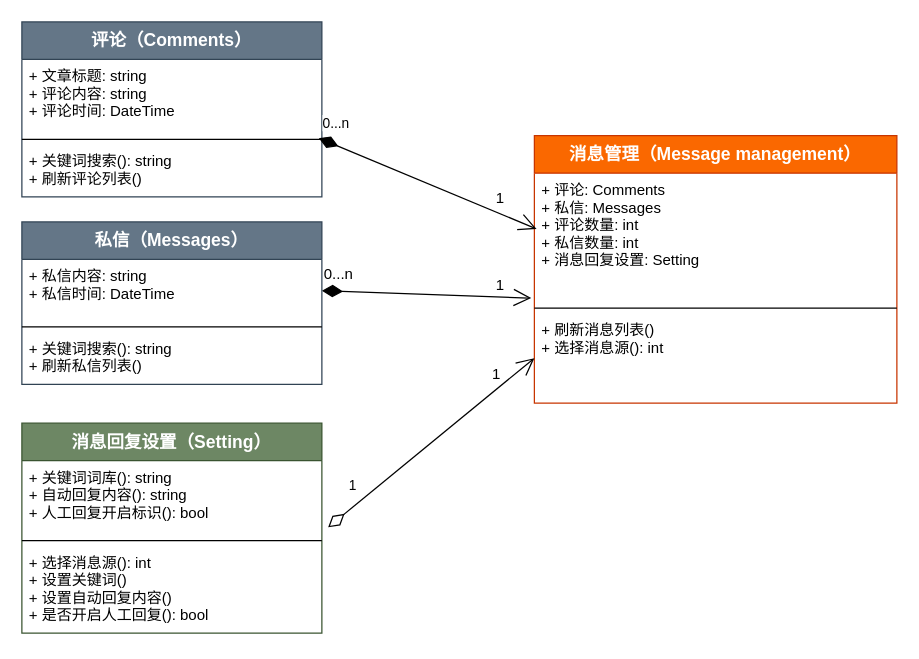
zan-press/diagram keeps this draw.io diagram as 1-SoftwareRequirements/Messages/msg_class.drawio. Above is the earlier version. Source tidied: cells renumbered, new cells numbered last; positions are measured from the earlier drawing's top-left corner, leaving out a move shared by most shapes. Both pictures are drawn from the tidied source at 125%, with x=0, y=0 at pixel (21, 21).
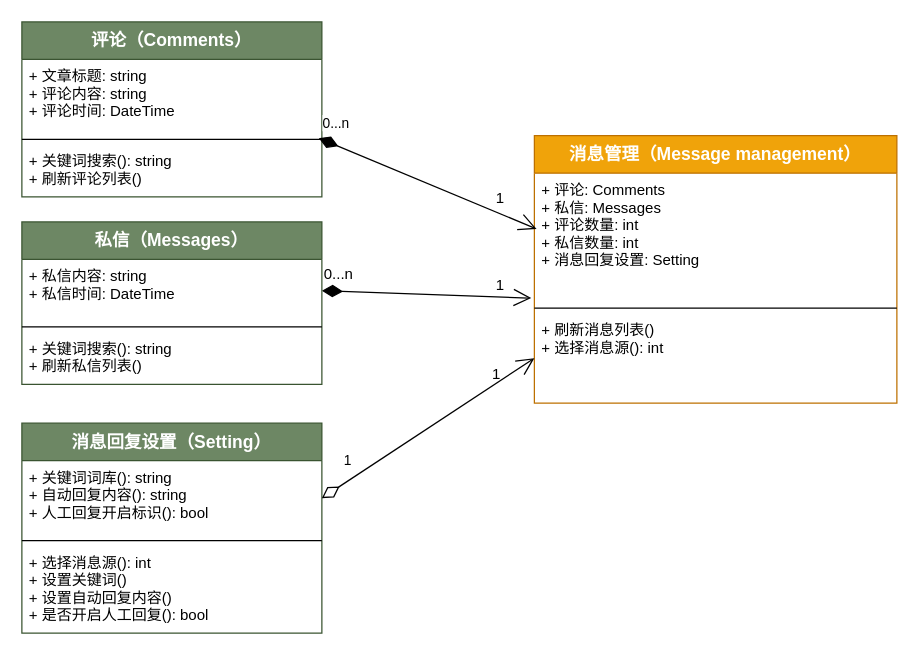
After the change.

Commit message (it also covers changes not shown here):
Organize message module

The edit, as a diff of the source:
```diff
@@
-    <mxCell id="2" value="&lt;font style=&quot;font-size: 12px&quot;&gt;0...n&lt;/font&gt;" style="endArrow=open;html=1;endSize=12;startArrow=diamondThin;startSize=14;startFill=1;align=left;verticalAlign=bottom;fontSize=14;exitX=1;exitY=0.5;exitDx=0;exitDy=0;" parent="1" edge="1" source="4">
+    <mxCell id="2" value="&lt;font style=&quot;font-size: 12px&quot;&gt;0...n&lt;/font&gt;" style="endArrow=open;html=1;endSize=12;startArrow=diamondThin;startSize=14;startFill=1;align=left;verticalAlign=bottom;fontSize=14;exitX=1;exitY=0.5;exitDx=0;exitDy=0;fontFamily=SF Mono;" parent="1" edge="1" source="4">
       <mxGeometry x="-1" y="3" relative="1" as="geometry">
         <mxPoint x="407.5" y="221" as="targetPoint" />
       </mxGeometry>
     </mxCell>
-    <mxCell id="3" value="私信（Messages）" style="swimlane;fontStyle=1;align=center;verticalAlign=top;horizontal=1;startSize=30;fontSize=14;fillColor=#647687;strokeColor=#314354;fontColor=#ffffff;" parent="1" vertex="1">
+    <mxCell id="3" value="私信（Messages）" style="swimlane;fontStyle=1;align=center;verticalAlign=top;horizontal=1;startSize=30;fontSize=14;fillColor=#6d8764;strokeColor=#3A5431;fontColor=#ffffff;fontFamily=SF Mono;" parent="1" vertex="1">
       <mxGeometry y="160" width="240" height="130" as="geometry" />
     </mxCell>
-    <mxCell id="4" value="+ 私信内容: string&#10;+ 私信时间: DateTime" style="text;strokeColor=none;fillColor=none;align=left;verticalAlign=top;spacingLeft=4;spacingRight=4;overflow=hidden;points=[[0,0.5],[1,0.5]];portConstraint=eastwest;" parent="3" vertex="1">
+    <mxCell id="4" value="+ 私信内容: string&#10;+ 私信时间: DateTime" style="text;strokeColor=none;fillColor=none;align=left;verticalAlign=top;spacingLeft=4;spacingRight=4;overflow=hidden;points=[[0,0.5],[1,0.5]];portConstraint=eastwest;fontFamily=SF Mono;" parent="3" vertex="1">
       <mxGeometry y="30" width="240" height="50" as="geometry" />
     </mxCell>
-    <mxCell id="5" style="line;strokeWidth=1;fillColor=none;align=left;verticalAlign=middle;spacingTop=-1;spacingLeft=3;spacingRight=3;labelPosition=right;" parent="3" vertex="1">
+    <mxCell id="5" style="line;strokeWidth=1;fillColor=none;align=left;verticalAlign=middle;spacingTop=-1;spacingLeft=3;spacingRight=3;labelPosition=right;fontFamily=SF Mono;" parent="3" vertex="1">
       <mxGeometry y="80" width="240" height="8" as="geometry" />
     </mxCell>
-    <mxCell id="6" value="+ 关键词搜索(): string&#10;+ 刷新私信列表()" style="text;strokeColor=none;fillColor=none;align=left;verticalAlign=top;spacingLeft=4;spacingRight=4;overflow=hidden;" parent="3" vertex="1">
+    <mxCell id="6" value="+ 关键词搜索(): string&#10;+ 刷新私信列表()" style="text;strokeColor=none;fillColor=none;align=left;verticalAlign=top;spacingLeft=4;spacingRight=4;overflow=hidden;fontFamily=SF Mono;" parent="3" vertex="1">
       <mxGeometry y="88" width="240" height="42" as="geometry" />
     </mxCell>
-    <mxCell id="7" value="消息管理（Message management）" style="swimlane;fontStyle=1;align=center;verticalAlign=top;horizontal=1;startSize=30;fontSize=14;fillColor=#fa6800;strokeColor=#C73500;fontColor=#ffffff;" parent="1" vertex="1">
+    <mxCell id="7" value="消息管理（Message management）" style="swimlane;fontStyle=1;align=center;verticalAlign=top;horizontal=1;startSize=30;fontSize=14;fillColor=#f0a30a;strokeColor=#BD7000;fontColor=#ffffff;fontFamily=SF Mono;" parent="1" vertex="1">
       <mxGeometry x="410" y="91" width="290" height="214" as="geometry" />
     </mxCell>
-    <mxCell id="8" value="+ 评论: Comments&#10;+ 私信: Messages&#10;+ 评论数量: int&#10;+ 私信数量: int&#10;+ 消息回复设置: Setting" style="text;strokeColor=none;fillColor=none;align=left;verticalAlign=top;spacingLeft=4;spacingRight=4;overflow=hidden;points=[[0,0.5],[1,0.5]];portConstraint=eastwest;" parent="7" vertex="1">
+    <mxCell id="8" value="+ 评论: Comments&#10;+ 私信: Messages&#10;+ 评论数量: int&#10;+ 私信数量: int&#10;+ 消息回复设置: Setting" style="text;strokeColor=none;fillColor=none;align=left;verticalAlign=top;spacingLeft=4;spacingRight=4;overflow=hidden;points=[[0,0.5],[1,0.5]];portConstraint=eastwest;fontFamily=SF Mono;" parent="7" vertex="1">
       <mxGeometry y="30" width="290" height="104" as="geometry" />
     </mxCell>
-    <mxCell id="9" style="line;strokeWidth=1;fillColor=none;align=left;verticalAlign=middle;spacingTop=-1;spacingLeft=3;spacingRight=3;labelPosition=right;" parent="7" vertex="1">
+    <mxCell id="9" style="line;strokeWidth=1;fillColor=none;align=left;verticalAlign=middle;spacingTop=-1;spacingLeft=3;spacingRight=3;labelPosition=right;fontFamily=SF Mono;" parent="7" vertex="1">
       <mxGeometry y="134" width="290" height="8" as="geometry" />
     </mxCell>
-    <mxCell id="10" value="+ 刷新消息列表()&#10;+ 选择消息源(): int" style="text;strokeColor=none;fillColor=none;align=left;verticalAlign=top;spacingLeft=4;spacingRight=4;overflow=hidden;points=[[0,0.5],[1,0.5]];portConstraint=eastwest;" parent="7" vertex="1">
+    <mxCell id="10" value="+ 刷新消息列表()&#10;+ 选择消息源(): int" style="text;strokeColor=none;fillColor=none;align=left;verticalAlign=top;spacingLeft=4;spacingRight=4;overflow=hidden;points=[[0,0.5],[1,0.5]];portConstraint=eastwest;fontFamily=SF Mono;" parent="7" vertex="1">
       <mxGeometry y="142" width="290" height="72" as="geometry" />
     </mxCell>
-    <mxCell id="11" value="&lt;font style=&quot;font-size: 12px&quot;&gt;1&lt;/font&gt;" style="text;html=1;strokeColor=none;fillColor=none;align=center;verticalAlign=middle;whiteSpace=wrap;rounded=0;fontSize=14;" parent="1" vertex="1">
+    <mxCell id="11" value="&lt;font style=&quot;font-size: 12px&quot;&gt;1&lt;/font&gt;" style="text;html=1;strokeColor=none;fillColor=none;align=center;verticalAlign=middle;whiteSpace=wrap;rounded=0;fontSize=14;fontFamily=SF Mono;" parent="1" vertex="1">
       <mxGeometry x="363" y="130" width="40" height="20" as="geometry" />
     </mxCell>
-    <mxCell id="12" value="&lt;font style=&quot;font-size: 12px&quot;&gt;1&lt;/font&gt;" style="text;html=1;strokeColor=none;fillColor=none;align=center;verticalAlign=middle;whiteSpace=wrap;rounded=0;fontSize=14;" parent="1" vertex="1">
+    <mxCell id="12" value="&lt;font style=&quot;font-size: 12px&quot;&gt;1&lt;/font&gt;" style="text;html=1;strokeColor=none;fillColor=none;align=center;verticalAlign=middle;whiteSpace=wrap;rounded=0;fontSize=14;fontFamily=SF Mono;" parent="1" vertex="1">
       <mxGeometry x="363" y="200" width="40" height="20" as="geometry" />
     </mxCell>
-    <mxCell id="13" value="消息回复设置（Setting）" style="swimlane;fontStyle=1;align=center;verticalAlign=top;horizontal=1;startSize=30;fontSize=14;fillColor=#6d8764;strokeColor=#3A5431;fontColor=#ffffff;" parent="1" vertex="1">
+    <mxCell id="13" value="消息回复设置（Setting）" style="swimlane;fontStyle=1;align=center;verticalAlign=top;horizontal=1;startSize=30;fontSize=14;fillColor=#6d8764;strokeColor=#3A5431;fontColor=#ffffff;fontFamily=SF Mono;" parent="1" vertex="1">
       <mxGeometry y="321" width="240" height="168" as="geometry" />
     </mxCell>
-    <mxCell id="14" value="+ 关键词词库(): string&#10;+ 自动回复内容(): string&#10;+ 人工回复开启标识(): bool" style="text;strokeColor=none;fillColor=none;align=left;verticalAlign=top;spacingLeft=4;spacingRight=4;overflow=hidden;points=[[0,0.5],[1,0.5]];portConstraint=eastwest;" parent="13" vertex="1">
+    <mxCell id="14" value="+ 关键词词库(): string&#10;+ 自动回复内容(): string&#10;+ 人工回复开启标识(): bool" style="text;strokeColor=none;fillColor=none;align=left;verticalAlign=top;spacingLeft=4;spacingRight=4;overflow=hidden;points=[[0,0.5],[1,0.5]];portConstraint=eastwest;fontFamily=SF Mono;" parent="13" vertex="1">
       <mxGeometry y="30" width="240" height="60" as="geometry" />
     </mxCell>
-    <mxCell id="15" style="line;strokeWidth=1;fillColor=none;align=left;verticalAlign=middle;spacingTop=-1;spacingLeft=3;spacingRight=3;labelPosition=right;" parent="13" vertex="1">
+    <mxCell id="15" style="line;strokeWidth=1;fillColor=none;align=left;verticalAlign=middle;spacingTop=-1;spacingLeft=3;spacingRight=3;labelPosition=right;fontFamily=SF Mono;" parent="13" vertex="1">
       <mxGeometry y="90" width="240" height="8" as="geometry" />
     </mxCell>
-    <mxCell id="16" value="+ 选择消息源(): int&#10;+ 设置关键词()&#10;+ 设置自动回复内容()&#10;+ 是否开启人工回复(): bool" style="text;strokeColor=none;fillColor=none;align=left;verticalAlign=top;spacingLeft=4;spacingRight=4;overflow=hidden;" parent="13" vertex="1">
+    <mxCell id="16" value="+ 选择消息源(): int&#10;+ 设置关键词()&#10;+ 设置自动回复内容()&#10;+ 是否开启人工回复(): bool" style="text;strokeColor=none;fillColor=none;align=left;verticalAlign=top;spacingLeft=4;spacingRight=4;overflow=hidden;fontFamily=SF Mono;" parent="13" vertex="1">
       <mxGeometry y="98" width="240" height="70" as="geometry" />
     </mxCell>
-    <mxCell id="17" value="评论（Comments）" style="swimlane;fontStyle=1;align=center;verticalAlign=top;horizontal=1;startSize=30;fontSize=14;fillColor=#647687;strokeColor=#314354;fontColor=#ffffff;" parent="1" vertex="1">
+    <mxCell id="17" value="评论（Comments）" style="swimlane;fontStyle=1;align=center;verticalAlign=top;horizontal=1;startSize=30;fontSize=14;fillColor=#6d8764;strokeColor=#3A5431;fontColor=#ffffff;fontFamily=SF Mono;" parent="1" vertex="1">
       <mxGeometry width="240" height="140" as="geometry" />
     </mxCell>
-    <mxCell id="18" value="+ 文章标题: string&#10;+ 评论内容: string&#10;+ 评论时间: DateTime" style="text;strokeColor=none;fillColor=none;align=left;verticalAlign=top;spacingLeft=4;spacingRight=4;overflow=hidden;points=[[0,0.5],[1,0.5]];portConstraint=eastwest;" parent="17" vertex="1">
+    <mxCell id="18" value="+ 文章标题: string&#10;+ 评论内容: string&#10;+ 评论时间: DateTime" style="text;strokeColor=none;fillColor=none;align=left;verticalAlign=top;spacingLeft=4;spacingRight=4;overflow=hidden;points=[[0,0.5],[1,0.5]];portConstraint=eastwest;fontFamily=SF Mono;" parent="17" vertex="1">
       <mxGeometry y="30" width="240" height="60" as="geometry" />
     </mxCell>
-    <mxCell id="19" style="line;strokeWidth=1;fillColor=none;align=left;verticalAlign=middle;spacingTop=-1;spacingLeft=3;spacingRight=3;labelPosition=right;" parent="17" vertex="1">
+    <mxCell id="19" style="line;strokeWidth=1;fillColor=none;align=left;verticalAlign=middle;spacingTop=-1;spacingLeft=3;spacingRight=3;labelPosition=right;fontFamily=SF Mono;" parent="17" vertex="1">
       <mxGeometry y="90" width="240" height="8" as="geometry" />
     </mxCell>
-    <mxCell id="20" value="+ 关键词搜索(): string&#10;+ 刷新评论列表()" style="text;strokeColor=none;fillColor=none;align=left;verticalAlign=top;spacingLeft=4;spacingRight=4;overflow=hidden;" parent="17" vertex="1">
+    <mxCell id="20" value="+ 关键词搜索(): string&#10;+ 刷新评论列表()" style="text;strokeColor=none;fillColor=none;align=left;verticalAlign=top;spacingLeft=4;spacingRight=4;overflow=hidden;fontFamily=SF Mono;" parent="17" vertex="1">
       <mxGeometry y="98" width="240" height="42" as="geometry" />
     </mxCell>
-    <mxCell id="21" value="0...n" style="endArrow=open;html=1;endSize=12;startArrow=diamondThin;startSize=14;startFill=1;align=left;verticalAlign=bottom;entryX=0.006;entryY=0.429;entryDx=0;entryDy=0;entryPerimeter=0;exitX=0.99;exitY=1.05;exitDx=0;exitDy=0;exitPerimeter=0;" parent="1" edge="1" source="18" target="8">
+    <mxCell id="21" value="0...n" style="endArrow=open;html=1;endSize=12;startArrow=diamondThin;startSize=14;startFill=1;align=left;verticalAlign=bottom;entryX=0.006;entryY=0.429;entryDx=0;entryDy=0;entryPerimeter=0;exitX=0.99;exitY=1.05;exitDx=0;exitDy=0;exitPerimeter=0;fontFamily=SF Mono;" parent="1" edge="1" source="18" target="8">
       <mxGeometry x="-1" y="3" relative="1" as="geometry" />
     </mxCell>
-    <mxCell id="22" value="1" style="endArrow=open;html=1;endSize=12;startArrow=diamondThin;startSize=14;startFill=0;align=left;verticalAlign=bottom;entryX=0;entryY=0.5;entryDx=0;entryDy=0;exitX=1.021;exitY=0.889;exitDx=0;exitDy=0;exitPerimeter=0;" parent="1" edge="1" source="14" target="10">
+    <mxCell id="22" value="1" style="endArrow=open;html=1;endSize=12;startArrow=diamondThin;startSize=14;startFill=0;align=left;verticalAlign=bottom;entryX=0;entryY=0.5;entryDx=0;entryDy=0;exitX=1;exitY=0.5;exitDx=0;exitDy=0;fontFamily=SF Mono;" parent="1" edge="1" source="14" target="10">
       <mxGeometry x="-0.75" y="9" relative="1" as="geometry" />
     </mxCell>
-    <mxCell id="23" value="&lt;font style=&quot;font-size: 12px&quot;&gt;1&lt;/font&gt;" style="text;html=1;strokeColor=none;fillColor=none;align=center;verticalAlign=middle;whiteSpace=wrap;rounded=0;fontSize=14;rotation=0;" parent="1" vertex="1">
+    <mxCell id="23" value="&lt;font style=&quot;font-size: 12px&quot;&gt;1&lt;/font&gt;" style="text;html=1;strokeColor=none;fillColor=none;align=center;verticalAlign=middle;whiteSpace=wrap;rounded=0;fontSize=14;rotation=0;fontFamily=SF Mono;" parent="1" vertex="1">
       <mxGeometry x="360" y="271" width="40" height="20" as="geometry" />
     </mxCell>
```
